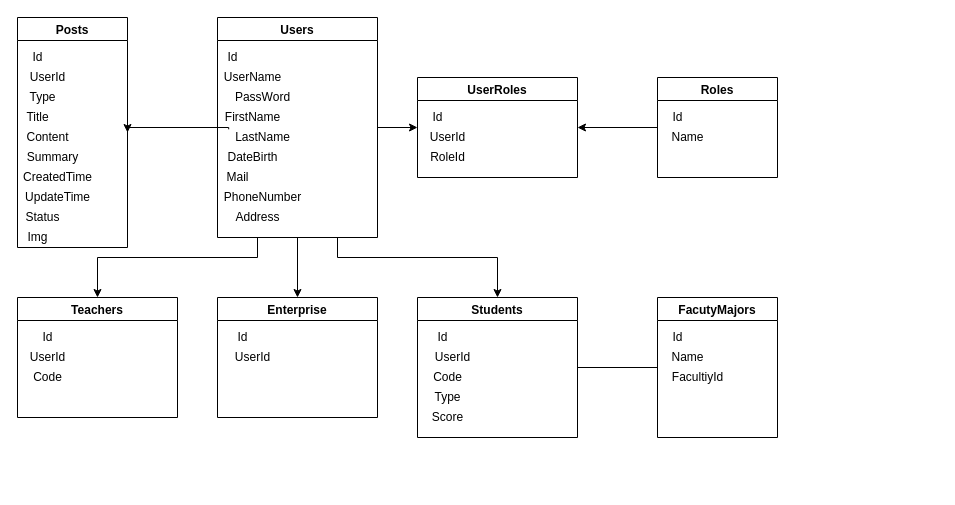
Earlier version of the draw.io diagram Documents/CDTN_DB.drawio (dainguyenhm/PortalTLU). Source tidied: cells renumbered, new cells numbered last; positions are measured from the earlier drawing's top-left corner, leaving out a move shared by most shapes. Both pictures are drawn from the tidied source at 100%, with x=0, y=0 at pixel (17, 17).
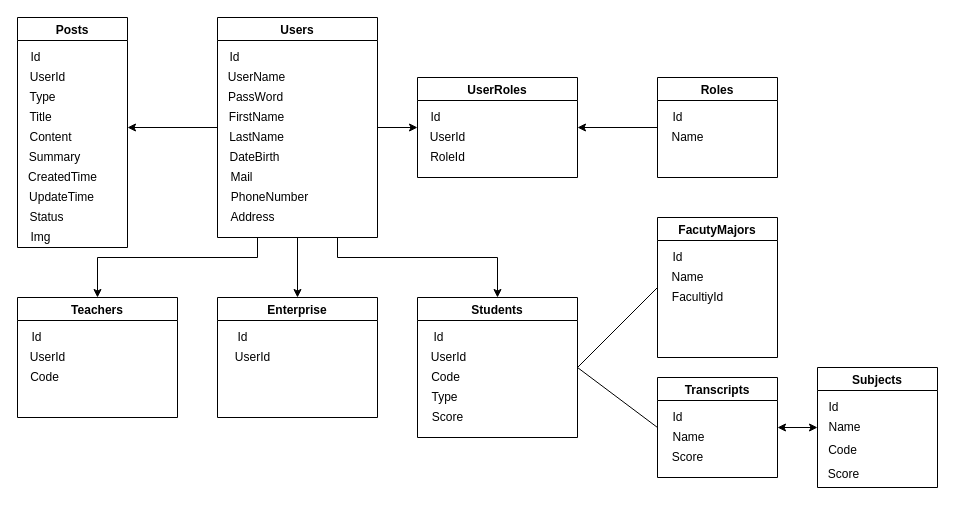
The same diagram, later.

The change refers to these unchanged cells:
```xml
<mxCell id="6" value="Users" style="swimlane;" parent="1" vertex="1">
  <mxGeometry x="200" width="160" height="220" as="geometry" />
</mxCell>
<mxCell id="13" value="UserRoles" style="swimlane;startSize=23;" parent="1" vertex="1">
  <mxGeometry x="400" y="60" width="160" height="100" as="geometry" />
</mxCell>
<mxCell id="24" value="Students" style="swimlane;" parent="1" vertex="1">
  <mxGeometry x="400" y="280" width="160" height="140" as="geometry" />
</mxCell>
<mxCell id="34" value="Posts" style="swimlane;" parent="1" vertex="1">
  <mxGeometry width="110" height="230" as="geometry" />
</mxCell>
```

Diff of the diagram source:
```diff
@@
     <mxCell id="7" value="Id" style="text;html=1;align=center;verticalAlign=middle;strokeColor=none;" parent="6" vertex="1">
-      <mxGeometry y="30" width="30" height="20" as="geometry" />
+      <mxGeometry x="2" y="30" width="30" height="20" as="geometry" />
     </mxCell>
     <mxCell id="8" value="UserName" style="text;html=1;align=center;verticalAlign=middle;strokeColor=none;" parent="6" vertex="1">
-      <mxGeometry y="50" width="70" height="20" as="geometry" />
+      <mxGeometry x="4" y="50" width="70" height="20" as="geometry" />
     </mxCell>
     <mxCell id="9" value="FirstName" style="text;html=1;align=center;verticalAlign=middle;strokeColor=none;" parent="6" vertex="1">
-      <mxGeometry y="90" width="70" height="20" as="geometry" />
+      <mxGeometry x="4" y="90" width="70" height="20" as="geometry" />
     </mxCell>
     <mxCell id="10" value="DateBirth" style="text;html=1;align=center;verticalAlign=middle;strokeColor=none;" parent="6" vertex="1">
-      <mxGeometry y="130" width="70" height="20" as="geometry" />
+      <mxGeometry x="2" y="130" width="70" height="20" as="geometry" />
     </mxCell>
     <mxCell id="11" value="PhoneNumber" style="text;html=1;align=center;verticalAlign=middle;strokeColor=none;" parent="6" vertex="1">
-      <mxGeometry y="170" width="90" height="20" as="geometry" />
+      <mxGeometry x="7" y="170" width="90" height="20" as="geometry" />
     </mxCell>
     <mxCell id="12" value="Mail" style="text;html=1;align=center;verticalAlign=middle;strokeColor=none;" parent="6" vertex="1">
-      <mxGeometry y="150" width="40" height="20" as="geometry" />
+      <mxGeometry x="4" y="150" width="40" height="20" as="geometry" />
     </mxCell>
@@
     <mxCell id="16" value="Id" style="text;html=1;align=center;verticalAlign=middle;strokeColor=none;" parent="13" vertex="1">
-      <mxGeometry x="5" y="30" width="30" height="20" as="geometry" />
+      <mxGeometry x="3" y="30" width="30" height="20" as="geometry" />
     </mxCell>
@@
     <mxCell id="20" value="PassWord" style="text;html=1;align=center;verticalAlign=middle;strokeColor=none;" parent="1" vertex="1">
-      <mxGeometry x="210" y="70" width="70" height="20" as="geometry" />
+      <mxGeometry x="203" y="70" width="70" height="20" as="geometry" />
     </mxCell>
     <mxCell id="21" value="LastName" style="text;html=1;align=center;verticalAlign=middle;points=[];strokeColor=none;" parent="1" vertex="1">
-      <mxGeometry x="210" y="110" width="70" height="20" as="geometry" />
+      <mxGeometry x="204" y="110" width="70" height="20" as="geometry" />
     </mxCell>
     <mxCell id="22" value="Address" style="text;html=1;align=center;verticalAlign=middle;strokeColor=none;" parent="1" vertex="1">
-      <mxGeometry x="210" y="190" width="60" height="20" as="geometry" />
+      <mxGeometry x="205" y="190" width="60" height="20" as="geometry" />
     </mxCell>
@@
     <mxCell id="25" value="Id" style="text;html=1;align=center;verticalAlign=middle;strokeColor=none;" parent="24" vertex="1">
-      <mxGeometry x="10" y="30" width="30" height="20" as="geometry" />
+      <mxGeometry x="6" y="30" width="30" height="20" as="geometry" />
     </mxCell>
     <mxCell id="26" value="Code" style="text;html=1;align=center;verticalAlign=middle;strokeColor=none;" parent="24" vertex="1">
-      <mxGeometry x="10" y="70" width="40" height="20" as="geometry" />
+      <mxGeometry x="8" y="70" width="40" height="20" as="geometry" />
     </mxCell>
@@
     <mxCell id="30" value="UserId" style="text;html=1;align=center;verticalAlign=middle;strokeColor=none;" parent="1" vertex="1">
-      <mxGeometry x="410" y="330" width="50" height="20" as="geometry" />
+      <mxGeometry x="406" y="330" width="50" height="20" as="geometry" />
     </mxCell>
     <mxCell id="31" value="Type" style="text;html=1;align=center;verticalAlign=middle;strokeColor=none;" parent="1" vertex="1">
-      <mxGeometry x="410" y="370" width="40" height="20" as="geometry" />
+      <mxGeometry x="407" y="370" width="40" height="20" as="geometry" />
     </mxCell>
     <mxCell id="32" value="Id" style="text;html=1;align=center;verticalAlign=middle;strokeColor=none;" parent="1" vertex="1">
-      <mxGeometry x="15" y="310" width="30" height="20" as="geometry" />
+      <mxGeometry x="4" y="310" width="30" height="20" as="geometry" />
     </mxCell>
     <mxCell id="33" value="Code" style="text;html=1;align=center;verticalAlign=middle;strokeColor=none;" parent="1" vertex="1">
-      <mxGeometry x="10" y="350" width="40" height="20" as="geometry" />
+      <mxGeometry x="7" y="350" width="40" height="20" as="geometry" />
     </mxCell>
@@
     <mxCell id="35" value="Title" style="text;html=1;align=center;verticalAlign=middle;strokeColor=none;" parent="34" vertex="1">
-      <mxGeometry y="90" width="40" height="20" as="geometry" />
+      <mxGeometry x="3" y="90" width="40" height="20" as="geometry" />
     </mxCell>
     <mxCell id="36" value="Content" style="text;html=1;align=center;verticalAlign=middle;strokeColor=none;" parent="34" vertex="1">
-      <mxGeometry y="110" width="60" height="20" as="geometry" />
+      <mxGeometry x="3" y="110" width="60" height="20" as="geometry" />
     </mxCell>
     <mxCell id="37" value="Summary" style="text;html=1;align=center;verticalAlign=middle;strokeColor=none;" parent="34" vertex="1">
-      <mxGeometry y="130" width="70" height="20" as="geometry" />
+      <mxGeometry x="2" y="130" width="70" height="20" as="geometry" />
     </mxCell>
     <mxCell id="38" value="CreatedTime" style="text;html=1;align=center;verticalAlign=middle;strokeColor=none;" parent="34" vertex="1">
-      <mxGeometry y="150" width="80" height="20" as="geometry" />
+      <mxGeometry x="5" y="150" width="80" height="20" as="geometry" />
     </mxCell>
-    <mxCell id="39" style="edgeStyle=orthogonalEdgeStyle;rounded=0;jettySize=auto;html=1;entryX=1;entryY=0.5;entryDx=0;entryDy=0;exitX=0.017;exitY=0.09;exitDx=0;exitDy=0;exitPerimeter=0;" parent="1" edge="1" source="21" target="34">
-      <mxGeometry relative="1" as="geometry">
-        <Array as="points">
-          <mxPoint x="211" y="110" />
-        </Array>
-      </mxGeometry>
-    </mxCell>
     <mxCell id="40" value="Id" style="text;html=1;align=center;verticalAlign=middle;strokeColor=none;" parent="1" vertex="1">
-      <mxGeometry x="5" y="30" width="30" height="20" as="geometry" />
+      <mxGeometry x="3" y="30" width="30" height="20" as="geometry" />
     </mxCell>
@@
     <mxCell id="43" value="UpdateTime" style="text;html=1;align=center;verticalAlign=middle;strokeColor=none;" parent="1" vertex="1">
-      <mxGeometry y="170" width="80" height="20" as="geometry" />
+      <mxGeometry x="4" y="170" width="80" height="20" as="geometry" />
     </mxCell>
     <mxCell id="44" value="Status" style="text;html=1;align=center;verticalAlign=middle;strokeColor=none;" parent="1" vertex="1">
-      <mxGeometry y="190" width="50" height="20" as="geometry" />
+      <mxGeometry x="4" y="190" width="50" height="20" as="geometry" />
     </mxCell>
     <mxCell id="45" value="Img" style="text;html=1;align=center;verticalAlign=middle;strokeColor=none;" parent="1" vertex="1">
-      <mxGeometry y="210" width="40" height="20" as="geometry" />
+      <mxGeometry x="3" y="210" width="40" height="20" as="geometry" />
     </mxCell>
@@
     <mxCell id="49" value="FacutyMajors" style="swimlane;" parent="1" vertex="1">
-      <mxGeometry x="640" y="280" width="120" height="140" as="geometry" />
+      <mxGeometry x="640" y="200" width="120" height="140" as="geometry" />
     </mxCell>
@@
     <mxCell id="53" value="Name" style="text;html=1;align=center;verticalAlign=middle;strokeColor=none;" parent="1" vertex="1">
-      <mxGeometry x="645" y="330" width="50" height="20" as="geometry" />
+      <mxGeometry x="645" y="250" width="50" height="20" as="geometry" />
     </mxCell>
+    <mxCell id="54" value="Transcripts" style="swimlane;" parent="1" vertex="1">
+      <mxGeometry x="640" y="360" width="120" height="100" as="geometry" />
+    </mxCell>
+    <mxCell id="55" value="Id" style="text;html=1;align=center;verticalAlign=middle;strokeColor=none;" parent="54" vertex="1">
+      <mxGeometry x="5" y="30" width="30" height="20" as="geometry" />
+    </mxCell>
+    <mxCell id="56" value="Score" style="text;html=1;align=center;verticalAlign=middle;strokeColor=none;" parent="54" vertex="1">
+      <mxGeometry x="5" y="70" width="50" height="20" as="geometry" />
+    </mxCell>
+    <mxCell id="57" value="Name" style="text;html=1;align=center;verticalAlign=middle;strokeColor=none;" parent="1" vertex="1">
+      <mxGeometry x="646" y="410" width="50" height="20" as="geometry" />
+    </mxCell>
+    <mxCell id="58" style="endArrow=none;html=1;exitX=0;exitY=0.5;exitDx=0;exitDy=0;" parent="1" edge="1" source="54">
+      <mxGeometry relative="1" as="geometry">
+        <mxPoint x="560" y="350" as="targetPoint" />
+      </mxGeometry>
+    </mxCell>
+    <mxCell id="59" style="endArrow=classic;html=1;exitX=0;exitY=0.5;exitDx=0;exitDy=0;" parent="1" edge="1" source="6">
+      <mxGeometry relative="1" as="geometry">
+        <mxPoint x="110" y="110" as="targetPoint" />
+      </mxGeometry>
+    </mxCell>
+    <mxCell id="60" value="Subjects" style="swimlane;" parent="1" vertex="1">
+      <mxGeometry x="800" y="350" width="120" height="120" as="geometry" />
+    </mxCell>
+    <mxCell id="61" value="Id" style="text;html=1;align=center;verticalAlign=middle;strokeColor=none;" parent="60" vertex="1">
+      <mxGeometry x="1" y="30" width="30" height="20" as="geometry" />
+    </mxCell>
+    <mxCell id="62" value="Code" style="text;html=1;align=center;verticalAlign=middle;strokeColor=none;" parent="60" vertex="1">
+      <mxGeometry x="5" y="73" width="40" height="20" as="geometry" />
+    </mxCell>
+    <mxCell id="63" value="Name" style="text;html=1;align=center;verticalAlign=middle;strokeColor=none;" parent="1" vertex="1">
+      <mxGeometry x="802" y="400" width="50" height="20" as="geometry" />
+    </mxCell>
+    <mxCell id="64" value="Score" style="text;html=1;align=center;verticalAlign=middle;strokeColor=none;" parent="1" vertex="1">
+      <mxGeometry x="801" y="447" width="50" height="20" as="geometry" />
+    </mxCell>
+    <mxCell id="65" style="endArrow=classic;startArrow=classic;html=1;exitX=1;exitY=0.5;exitDx=0;exitDy=0;" parent="1" edge="1" source="54">
+      <mxGeometry relative="1" as="geometry">
+        <mxPoint x="800" y="410" as="targetPoint" />
+      </mxGeometry>
+    </mxCell>
```
